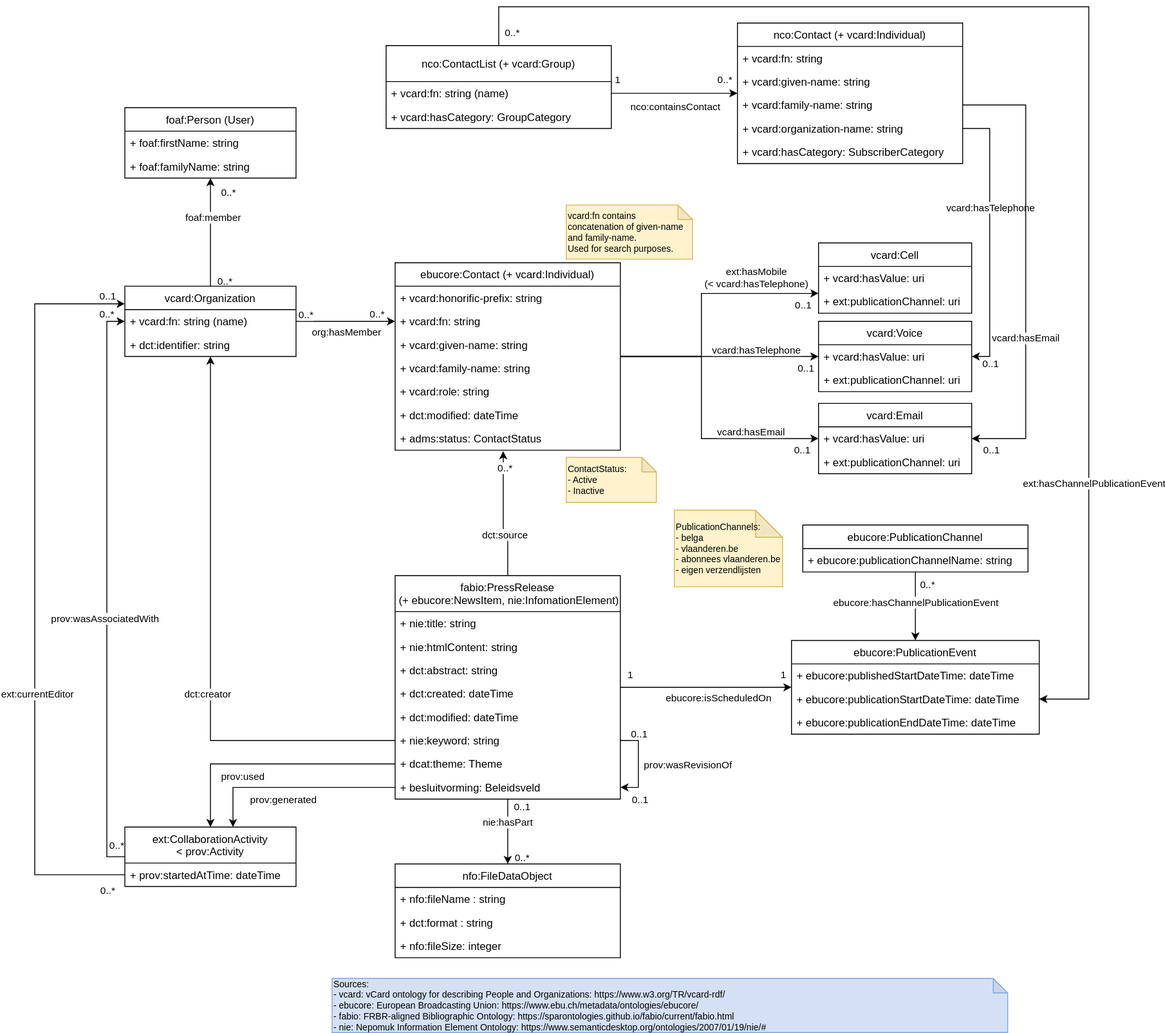
This is images/press-releases-data-model.svg from kanselarij-vlaanderen/kaleidos-documentation, a draw.io export, as it was before one commit. Source tidied: cells renumbered, new cells last; positions are measured from the earlier drawing's top-left corner, leaving out a move shared by most shapes.
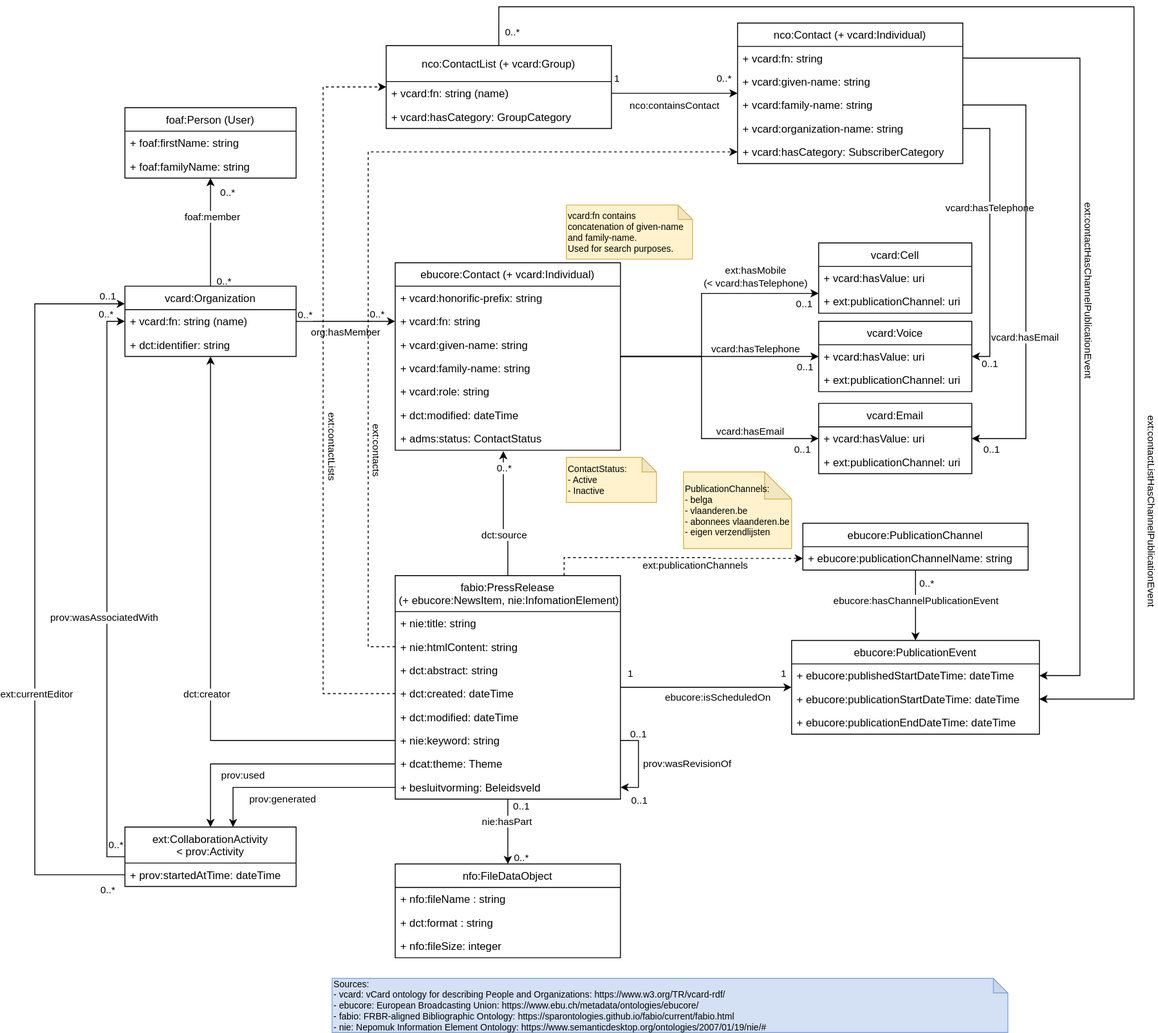
After the change.

Commit message:
Update press release data model

What changed in the source:
```diff
@@ -134,13 +134,15 @@
       <mxGeometry relative="1" as="geometry">
         <Array as="points">
           <mxPoint x="515" />
-          <mxPoint x="1170" />
-          <mxPoint x="1170" y="768" />
+          <mxPoint x="1220" />
+          <mxPoint x="1220" y="768" />
         </Array>
       </mxGeometry>
     </mxCell>
-    <mxCell id="37" value="ext:hasChannelPublicationEvent" style="edgeLabel;html=1;align=center;verticalAlign=middle;" parent="36" vertex="1">
-      <mxGeometry x="0.61" y="5" relative="1" as="geometry" />
+    <mxCell id="37" value="ext:contactListHasChannelPublicationEvent" style="edgeLabel;html=1;align=center;verticalAlign=middle;rotation=90;" parent="36" vertex="1">
+      <mxGeometry x="0.61" y="5" relative="1" as="geometry">
+        <mxPoint x="15" as="offset" />
+      </mxGeometry>
     </mxCell>
     <mxCell id="38" value="0..*" style="edgeLabel;html=1;align=center;verticalAlign=middle;" parent="36" vertex="1">
       <mxGeometry x="-0.98" y="1" relative="1" as="geometry">
@@ -175,7 +177,7 @@
       </mxGeometry>
     </mxCell>
     <mxCell id="46" value="&lt;div style=&quot;font-size: 10px&quot;&gt;PublicationChannels:&lt;/div&gt;&lt;div style=&quot;font-size: 10px&quot;&gt;- belga&lt;br&gt;- vlaanderen.be&lt;br&gt;- abonnees vlaanderen.be&lt;br&gt;- eigen verzendlijsten&lt;/div&gt;" style="shape=note;whiteSpace=wrap;html=1;backgroundOutline=1;darkOpacity=0.05;align=left;fillColor=#fff2cc;strokeColor=#d6b656;" parent="1" vertex="1">
-      <mxGeometry x="710" y="558.5" width="120" height="85" as="geometry" />
+      <mxGeometry x="720" y="516" width="120" height="85" as="geometry" />
     </mxCell>
     <mxCell id="47" value="&lt;div style=&quot;font-size: 10px&quot;&gt;vcard:fn contains concatenation of given-name and family-name. &lt;br&gt;Used for search purposes.&lt;/div&gt;" style="shape=note;whiteSpace=wrap;html=1;backgroundOutline=1;darkOpacity=0.05;align=left;fillColor=#fff2cc;strokeColor=#d6b656;size=16;" parent="1" vertex="1">
       <mxGeometry x="590" y="220" width="140" height="60" as="geometry" />
@@ -296,6 +298,33 @@
         <mxPoint y="13" as="offset" />
       </mxGeometry>
     </mxCell>
+    <mxCell id="121" style="edgeStyle=orthogonalEdgeStyle;rounded=0;jettySize=auto;html=1;exitX=0.75;exitY=0;exitDx=0;exitDy=0;entryX=0;entryY=0.5;entryDx=0;entryDy=0;dashed=1;" parent="1" edge="1" source="76" target="92">
+      <mxGeometry relative="1" as="geometry">
+        <Array as="points">
+          <mxPoint x="588" y="611" />
+          <mxPoint x="751" y="611" />
+          <mxPoint x="751" y="612" />
+        </Array>
+      </mxGeometry>
+    </mxCell>
+    <mxCell id="122" value="ext:publicationChannels" style="edgeLabel;html=1;align=center;verticalAlign=middle;" parent="121" vertex="1">
+      <mxGeometry x="0.15" y="-1" relative="1" as="geometry">
+        <mxPoint y="8" as="offset" />
+      </mxGeometry>
+    </mxCell>
+    <mxCell id="123" style="edgeStyle=orthogonalEdgeStyle;rounded=0;jettySize=auto;html=1;entryX=0;entryY=0.5;entryDx=0;entryDy=0;dashed=1;exitX=0;exitY=0.5;exitDx=0;exitDy=0;" parent="1" edge="1" source="80" target="39">
+      <mxGeometry relative="1" as="geometry">
+        <Array as="points">
+          <mxPoint x="320" y="762" />
+          <mxPoint x="320" y="89" />
+        </Array>
+      </mxGeometry>
+    </mxCell>
+    <mxCell id="124" value="ext:contactLists" style="edgeLabel;html=1;align=center;verticalAlign=middle;rotation=90;" parent="123" vertex="1">
+      <mxGeometry x="-0.14" y="-3" relative="1" as="geometry">
+        <mxPoint x="7" as="offset" />
+      </mxGeometry>
+    </mxCell>
     <mxCell id="76" value="fabio:PressRelease&#10; (+ ebucore:NewsItem, nie:InfomationElement)" style="swimlane;fontStyle=0;horizontal=1;startSize=40;fillColor=none;" parent="1" vertex="1">
       <mxGeometry x="400" y="631" width="250" height="248" as="geometry" />
     </mxCell>
@@ -350,7 +379,7 @@
       </mxGeometry>
     </mxCell>
     <mxCell id="91" value="ebucore:PublicationChannel" style="swimlane;fontStyle=0;horizontal=1;startSize=26;fillColor=none;" parent="1" vertex="1">
-      <mxGeometry x="852.5" y="575" width="250" height="52" as="geometry" />
+      <mxGeometry x="852.5" y="573" width="250" height="52" as="geometry" />
     </mxCell>
     <mxCell id="92" value="+ ebucore:publicationChannelName: string" style="text;strokeColor=none;fillColor=none;align=left;verticalAlign=top;spacingLeft=4;spacingRight=4;overflow=hidden;points=[[0,0.5],[1,0.5]];portConstraint=eastwest;" parent="91" vertex="1">
       <mxGeometry y="26" width="250" height="26" as="geometry" />
@@ -462,5 +491,31 @@
         <mxPoint x="20" y="-10" as="offset" />
       </mxGeometry>
     </mxCell>
+    <mxCell id="125" style="edgeStyle=orthogonalEdgeStyle;rounded=0;jettySize=auto;html=1;exitX=1;exitY=0.5;exitDx=0;exitDy=0;entryX=1;entryY=0.5;entryDx=0;entryDy=0;" parent="1" edge="1" source="50" target="94">
+      <mxGeometry relative="1" as="geometry">
+        <Array as="points">
+          <mxPoint x="1160" y="57" />
+          <mxPoint x="1160" y="742" />
+        </Array>
+      </mxGeometry>
+    </mxCell>
+    <mxCell id="126" value="ext:contactHasChannelPublicationEvent" style="edgeLabel;html=1;align=center;verticalAlign=middle;rotation=90;" parent="125" vertex="1">
+      <mxGeometry x="-0.09" y="-1" relative="1" as="geometry">
+        <mxPoint x="11" y="-4" as="offset" />
+      </mxGeometry>
+    </mxCell>
+    <mxCell id="127" style="edgeStyle=orthogonalEdgeStyle;rounded=0;jettySize=auto;html=1;exitX=0;exitY=0.5;exitDx=0;exitDy=0;entryX=0;entryY=0.5;entryDx=0;entryDy=0;dashed=1;" parent="1" edge="1" source="78" target="54">
+      <mxGeometry relative="1" as="geometry">
+        <Array as="points">
+          <mxPoint x="370" y="710" />
+          <mxPoint x="370" y="161" />
+        </Array>
+      </mxGeometry>
+    </mxCell>
+    <mxCell id="128" value="ext:contacts" style="edgeLabel;html=1;align=center;verticalAlign=middle;rotation=90;" parent="127" vertex="1">
+      <mxGeometry x="0.4" y="1" relative="1" as="geometry">
+        <mxPoint x="-102" y="332" as="offset" />
+      </mxGeometry>
+    </mxCell>
   </root>
 </mxGraphModel>
```
